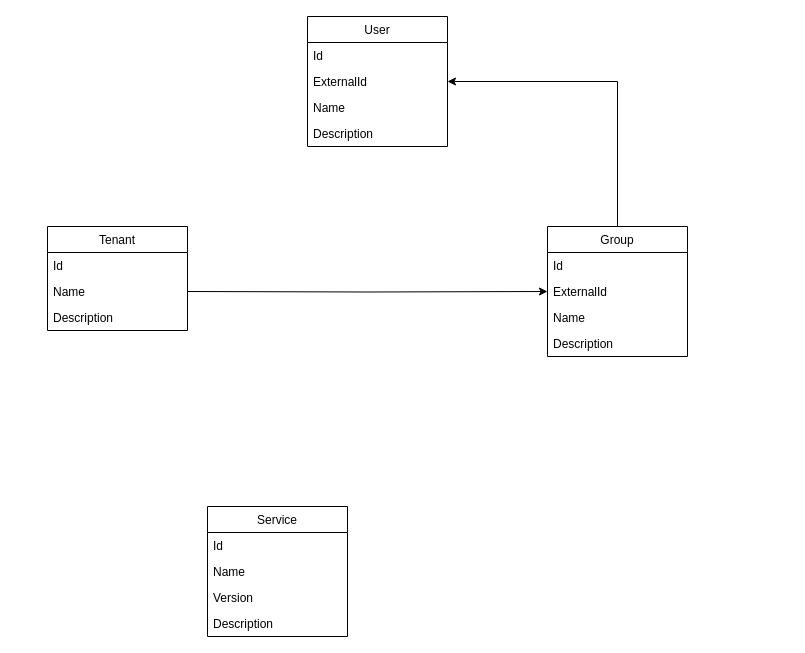
Before: diagrams/Untitled Diagram.drawio in idarb-oss/alinea-doc, a draw.io diagram. Source tidied: cells renumbered, new cells numbered last; positions are measured from the earlier drawing's top-left corner, leaving out a move shared by most shapes. Both pictures are drawn from the tidied source at 100%, with x=0, y=0 at pixel (47, 16).
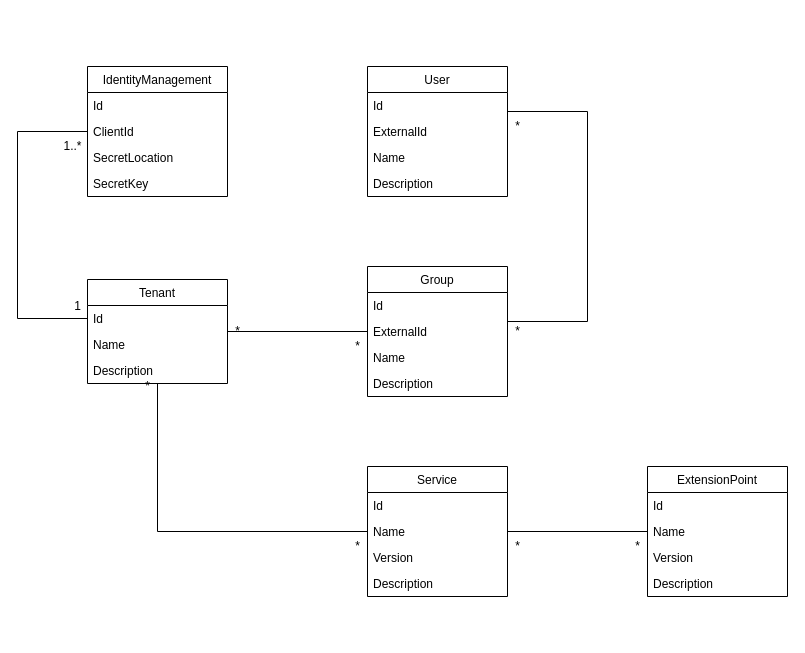
Above is the later version.

The change refers to these unchanged cells:
```xml
<mxCell id="9" value="ExternalId" style="text;strokeColor=none;fillColor=none;align=left;verticalAlign=top;spacingLeft=4;spacingRight=4;overflow=hidden;points=[[0,0.5],[1,0.5]];portConstraint=eastwest;" parent="7" vertex="1">
  <mxGeometry y="52" width="140" height="26" as="geometry" />
</mxCell>
<mxCell id="14" value="ExternalId" style="text;strokeColor=none;fillColor=none;align=left;verticalAlign=top;spacingLeft=4;spacingRight=4;overflow=hidden;points=[[0,0.5],[1,0.5]];portConstraint=eastwest;" parent="12" vertex="1">
  <mxGeometry y="52" width="140" height="26" as="geometry" />
</mxCell>
<mxCell id="20" value="Name" style="text;strokeColor=none;fillColor=none;align=left;verticalAlign=top;spacingLeft=4;spacingRight=4;overflow=hidden;points=[[0,0.5],[1,0.5]];portConstraint=eastwest;" parent="18" vertex="1">
  <mxGeometry y="52" width="140" height="26" as="geometry" />
</mxCell>
```

The edit, as a diff of the source:
```diff
@@
+    <mxCell id="23" style="edgeStyle=orthogonalEdgeStyle;rounded=0;jettySize=auto;html=1;exitX=0.5;exitY=1;exitDx=0;exitDy=0;entryX=0;entryY=0.5;entryDx=0;entryDy=0;endArrow=none;endFill=0;" parent="1" edge="1" source="2" target="20">
+      <mxGeometry relative="1" as="geometry" />
+    </mxCell>
+    <mxCell id="24" style="edgeStyle=orthogonalEdgeStyle;rounded=0;jettySize=auto;html=1;exitX=0;exitY=0.5;exitDx=0;exitDy=0;entryX=0;entryY=0.5;entryDx=0;entryDy=0;endArrow=none;endFill=0;" parent="1" edge="1" source="2" target="33">
+      <mxGeometry relative="1" as="geometry">
+        <Array as="points">
+          <mxPoint x="-30" y="302" />
+          <mxPoint x="-30" y="115" />
+        </Array>
+      </mxGeometry>
+    </mxCell>
     <mxCell id="2" value="Tenant" style="swimlane;fontStyle=0;horizontal=1;startSize=26;fillColor=none;" parent="1" vertex="1">
-      <mxGeometry y="210" width="140" height="104" as="geometry" />
+      <mxGeometry x="40" y="263" width="140" height="104" as="geometry" />
     </mxCell>
@@
-    <mxCell id="6" style="edgeStyle=orthogonalEdgeStyle;rounded=0;jettySize=auto;html=1;exitX=0.5;exitY=0;exitDx=0;exitDy=0;entryX=1;entryY=0.5;entryDx=0;entryDy=0;" parent="1" edge="1" source="7" target="14">
-      <mxGeometry relative="1" as="geometry" />
+    <mxCell id="6" style="edgeStyle=orthogonalEdgeStyle;rounded=0;jettySize=auto;html=1;exitX=1;exitY=0.5;exitDx=0;exitDy=0;entryX=1;entryY=0.5;entryDx=0;entryDy=0;endArrow=none;endFill=0;" parent="1" edge="1" source="9" target="14">
+      <mxGeometry relative="1" as="geometry">
+        <Array as="points">
+          <mxPoint x="540" y="305" />
+          <mxPoint x="540" y="95" />
+        </Array>
+      </mxGeometry>
     </mxCell>
     <mxCell id="7" value="Group" style="swimlane;fontStyle=0;horizontal=1;startSize=26;fillColor=none;" parent="1" vertex="1">
-      <mxGeometry x="500" y="210" width="140" height="130" as="geometry" />
+      <mxGeometry x="320" y="250" width="140" height="130" as="geometry" />
     </mxCell>
@@
     <mxCell id="12" value="User" style="swimlane;fontStyle=0;horizontal=1;startSize=26;fillColor=none;" parent="1" vertex="1">
-      <mxGeometry x="260" width="140" height="130" as="geometry" />
+      <mxGeometry x="320" y="50" width="140" height="130" as="geometry" />
     </mxCell>
@@
-    <mxCell id="17" style="edgeStyle=orthogonalEdgeStyle;rounded=0;jettySize=auto;html=1;exitX=1;exitY=0.5;exitDx=0;exitDy=0;entryX=0;entryY=0.5;entryDx=0;entryDy=0;" parent="1" edge="1" target="9">
-      <mxGeometry relative="1" as="geometry">
-        <mxPoint x="140" y="275" as="sourcePoint" />
-      </mxGeometry>
+    <mxCell id="17" style="edgeStyle=orthogonalEdgeStyle;rounded=0;jettySize=auto;html=1;exitX=1;exitY=0.5;exitDx=0;exitDy=0;entryX=0;entryY=0.5;entryDx=0;entryDy=0;endArrow=none;endFill=0;" parent="1" edge="1" source="2" target="9">
+      <mxGeometry relative="1" as="geometry" />
     </mxCell>
     <mxCell id="18" value="Service" style="swimlane;fontStyle=0;horizontal=1;startSize=26;fillColor=none;" parent="1" vertex="1">
-      <mxGeometry x="160" y="490" width="140" height="130" as="geometry" />
+      <mxGeometry x="320" y="450" width="140" height="130" as="geometry" />
     </mxCell>
@@
+    <mxCell id="25" value="ExtensionPoint" style="swimlane;fontStyle=0;horizontal=1;startSize=26;fillColor=none;" parent="1" vertex="1">
+      <mxGeometry x="600" y="450" width="140" height="130" as="geometry" />
+    </mxCell>
+    <mxCell id="26" value="Id" style="text;strokeColor=none;fillColor=none;align=left;verticalAlign=top;spacingLeft=4;spacingRight=4;overflow=hidden;" parent="25" vertex="1">
+      <mxGeometry y="26" width="140" height="26" as="geometry" />
+    </mxCell>
+    <mxCell id="27" value="Name" style="text;strokeColor=none;fillColor=none;align=left;verticalAlign=top;spacingLeft=4;spacingRight=4;overflow=hidden;points=[[0,0.5],[1,0.5]];portConstraint=eastwest;" parent="25" vertex="1">
+      <mxGeometry y="52" width="140" height="26" as="geometry" />
+    </mxCell>
+    <mxCell id="28" value="Version" style="text;strokeColor=none;fillColor=none;align=left;verticalAlign=top;spacingLeft=4;spacingRight=4;overflow=hidden;" parent="25" vertex="1">
+      <mxGeometry y="78" width="140" height="26" as="geometry" />
+    </mxCell>
+    <mxCell id="29" value="Description" style="text;strokeColor=none;fillColor=none;align=left;verticalAlign=top;spacingLeft=4;spacingRight=4;overflow=hidden;" parent="25" vertex="1">
+      <mxGeometry y="104" width="140" height="26" as="geometry" />
+    </mxCell>
+    <mxCell id="30" style="edgeStyle=orthogonalEdgeStyle;rounded=0;jettySize=auto;html=1;exitX=1;exitY=0.5;exitDx=0;exitDy=0;endArrow=none;endFill=0;entryX=0;entryY=0.5;entryDx=0;entryDy=0;" parent="1" edge="1" source="20" target="27">
+      <mxGeometry relative="1" as="geometry" />
+    </mxCell>
+    <mxCell id="31" value="IdentityManagement" style="swimlane;fontStyle=0;horizontal=1;startSize=26;fillColor=none;" parent="1" vertex="1">
+      <mxGeometry x="40" y="50" width="140" height="130" as="geometry" />
+    </mxCell>
+    <mxCell id="32" value="Id" style="text;strokeColor=none;fillColor=none;align=left;verticalAlign=top;spacingLeft=4;spacingRight=4;overflow=hidden;" parent="31" vertex="1">
+      <mxGeometry y="26" width="140" height="26" as="geometry" />
+    </mxCell>
+    <mxCell id="33" value="ClientId" style="text;strokeColor=none;fillColor=none;align=left;verticalAlign=top;spacingLeft=4;spacingRight=4;overflow=hidden;points=[[0,0.5],[1,0.5]];portConstraint=eastwest;" parent="31" vertex="1">
+      <mxGeometry y="52" width="140" height="26" as="geometry" />
+    </mxCell>
+    <mxCell id="34" value="SecretLocation" style="text;strokeColor=none;fillColor=none;align=left;verticalAlign=top;spacingLeft=4;spacingRight=4;overflow=hidden;" parent="31" vertex="1">
+      <mxGeometry y="78" width="140" height="26" as="geometry" />
+    </mxCell>
+    <mxCell id="35" value="SecretKey" style="text;strokeColor=none;fillColor=none;align=left;verticalAlign=top;spacingLeft=4;spacingRight=4;overflow=hidden;" parent="31" vertex="1">
+      <mxGeometry y="104" width="140" height="26" as="geometry" />
+    </mxCell>
+    <mxCell id="36" value="*" style="text;html=1;align=center;verticalAlign=middle;fillColor=none;strokeColor=none;rounded=0;" parent="1" vertex="1">
+      <mxGeometry x="300" y="320" width="20" height="20" as="geometry" />
+    </mxCell>
+    <mxCell id="37" value="*" style="text;html=1;align=center;verticalAlign=middle;fillColor=none;strokeColor=none;rounded=0;" parent="1" vertex="1">
+      <mxGeometry x="180" y="305" width="20" height="20" as="geometry" />
+    </mxCell>
+    <mxCell id="38" value="*" style="text;html=1;align=center;verticalAlign=middle;fillColor=none;strokeColor=none;rounded=0;" parent="1" vertex="1">
+      <mxGeometry x="460" y="305" width="20" height="20" as="geometry" />
+    </mxCell>
+    <mxCell id="39" value="*" style="text;html=1;align=center;verticalAlign=middle;fillColor=none;strokeColor=none;rounded=0;" parent="1" vertex="1">
+      <mxGeometry x="460" y="100" width="20" height="20" as="geometry" />
+    </mxCell>
+    <mxCell id="40" value="1" style="text;html=1;align=center;verticalAlign=middle;fillColor=none;strokeColor=none;rounded=0;" parent="1" vertex="1">
+      <mxGeometry x="20" y="280" width="20" height="20" as="geometry" />
+    </mxCell>
+    <mxCell id="41" value="1..*" style="text;html=1;align=center;verticalAlign=middle;fillColor=none;strokeColor=none;rounded=0;" parent="1" vertex="1">
+      <mxGeometry x="10" y="120" width="30" height="20" as="geometry" />
+    </mxCell>
+    <mxCell id="42" value="*" style="text;html=1;align=center;verticalAlign=middle;fillColor=none;strokeColor=none;rounded=0;" parent="1" vertex="1">
+      <mxGeometry x="90" y="360" width="20" height="20" as="geometry" />
+    </mxCell>
+    <mxCell id="43" value="*" style="text;html=1;align=center;verticalAlign=middle;fillColor=none;strokeColor=none;rounded=0;" parent="1" vertex="1">
+      <mxGeometry x="300" y="520" width="20" height="20" as="geometry" />
+    </mxCell>
+    <mxCell id="44" value="*" style="text;html=1;align=center;verticalAlign=middle;fillColor=none;strokeColor=none;rounded=0;" parent="1" vertex="1">
+      <mxGeometry x="460" y="520" width="20" height="20" as="geometry" />
+    </mxCell>
+    <mxCell id="45" value="*" style="text;html=1;align=center;verticalAlign=middle;fillColor=none;strokeColor=none;rounded=0;" parent="1" vertex="1">
+      <mxGeometry x="580" y="520" width="20" height="20" as="geometry" />
+    </mxCell>
```
